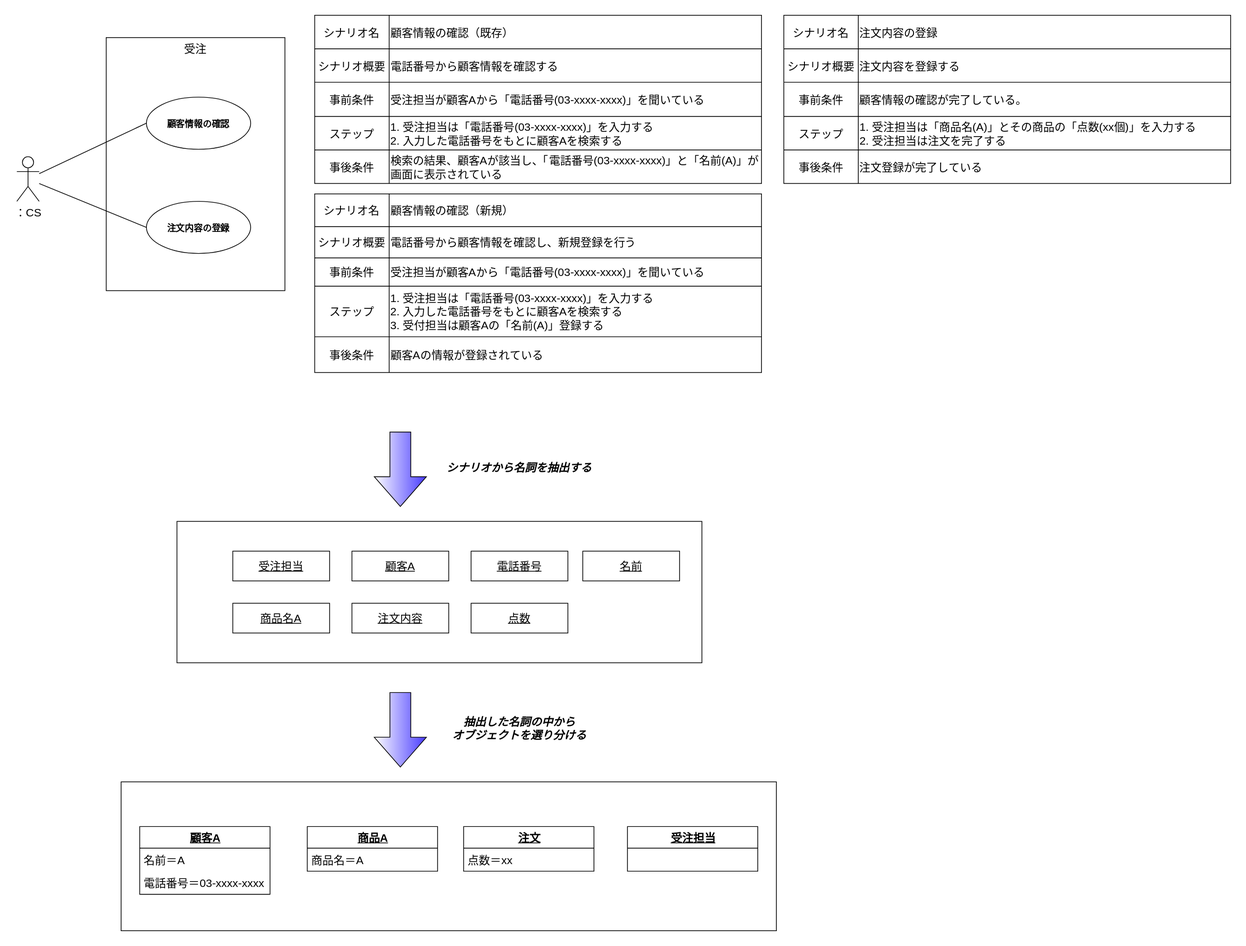
The draw.io diagram docs/分析・設計/ユースケース図.svg in pochon-tech-pro/total-practice, before a commit. Source tidied: cells renumbered, new cells last; positions are measured from the earlier drawing's top-left corner, leaving out a move shared by most shapes.
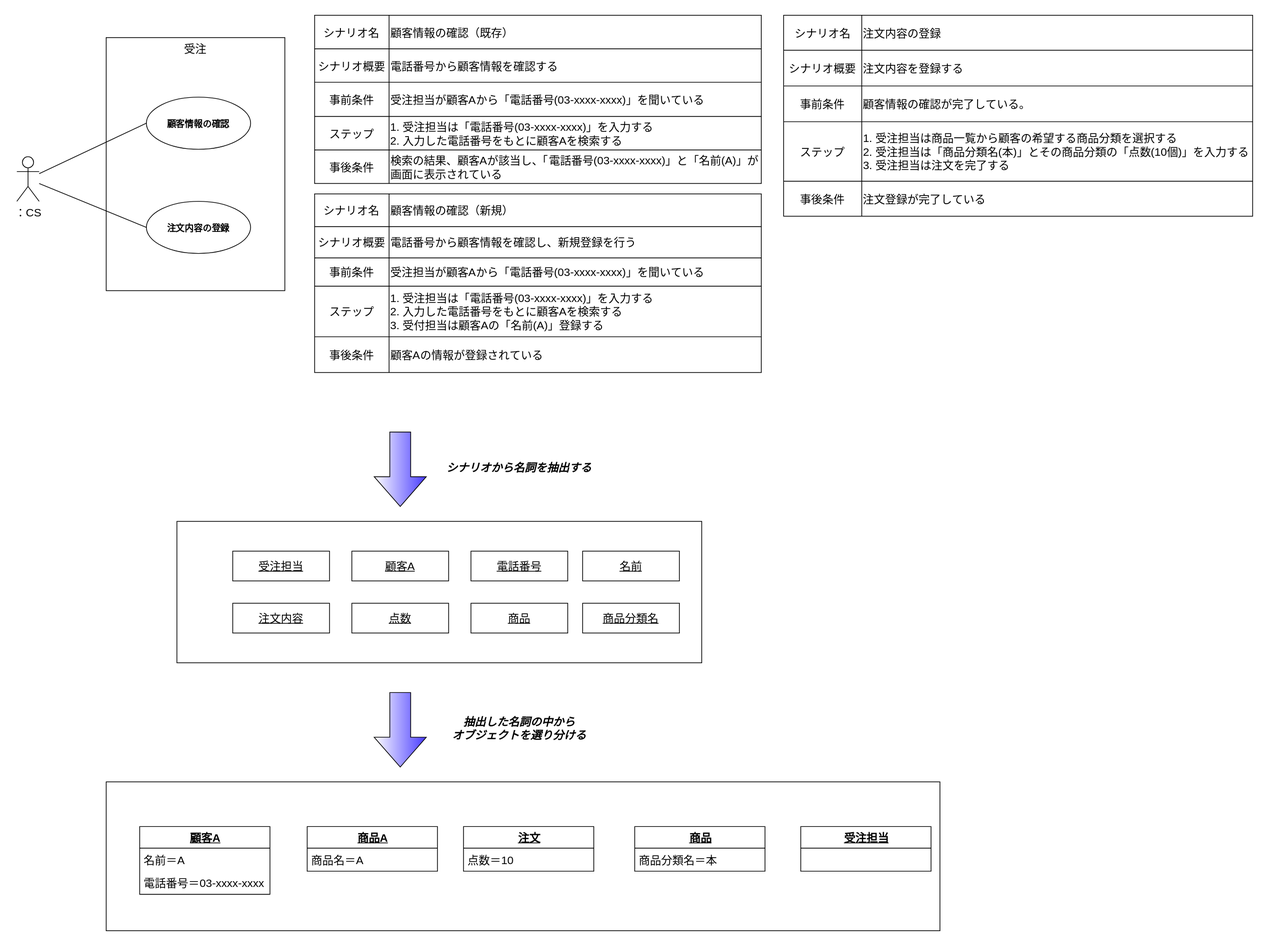
The same diagram one commit later.

Commit message:
feat: ユースケース修正

The edit, as a diff of the source:
```diff
@@ -6,7 +6,7 @@
       <mxGeometry x="120" y="30" width="240" height="340" as="geometry" />
     </mxCell>
     <mxCell id="3" style="rounded=0;whiteSpace=wrap;html=1;labelBackgroundColor=none;labelBorderColor=none;fontSize=15;fontColor=default;strokeColor=default;strokeWidth=1;fillColor=none;gradientColor=#ffffff;verticalAlign=top;" parent="1" vertex="1">
-      <mxGeometry x="140" y="1030" width="880" height="200" as="geometry" />
+      <mxGeometry x="120" y="1030" width="1120" height="200" as="geometry" />
     </mxCell>
     <mxCell id="4" style="rounded=0;whiteSpace=wrap;html=1;labelBackgroundColor=none;labelBorderColor=none;fontSize=15;fontColor=default;strokeColor=default;strokeWidth=1;fillColor=none;gradientColor=#ffffff;" parent="1" vertex="1">
       <mxGeometry x="215" y="680" width="705" height="190" as="geometry" />
@@ -156,58 +156,58 @@
       <mxGeometry x="100" width="500" height="48" as="geometry" />
     </mxCell>
     <mxCell id="53" style="shape=table;startSize=0;fontSize=15;fontColor=#000000;strokeColor=#000000;strokeWidth=1;fillColor=none;gradientColor=#ffffff;" parent="1" vertex="1">
-      <mxGeometry x="1030" width="600" height="226" as="geometry" />
+      <mxGeometry x="1030" width="630" height="270" as="geometry" />
     </mxCell>
     <mxCell id="54" style="shape=partialRectangle;fillColor=none;top=0;left=0;bottom=0;right=0;fontSize=15;fontColor=#000000;strokeColor=#000000;strokeWidth=1;" parent="53" vertex="1">
-      <mxGeometry width="600" height="45" as="geometry" />
+      <mxGeometry width="630" height="47" as="geometry" />
     </mxCell>
     <mxCell id="55" value="シナリオ名" style="shape=partialRectangle;html=1;whiteSpace=wrap;overflow=hidden;fillColor=none;top=0;left=0;bottom=0;right=0;fontSize=15;fontColor=#000000;strokeColor=#000000;strokeWidth=1;" parent="54" vertex="1">
-      <mxGeometry width="100" height="45" as="geometry" />
+      <mxGeometry width="105" height="47" as="geometry" />
     </mxCell>
     <mxCell id="56" value="注文内容の登録" style="shape=partialRectangle;html=1;whiteSpace=wrap;overflow=hidden;fillColor=none;top=0;left=0;bottom=0;right=0;fontSize=15;fontColor=#000000;strokeColor=#000000;strokeWidth=1;align=left;" parent="54" vertex="1">
-      <mxGeometry x="100" width="500" height="45" as="geometry" />
+      <mxGeometry x="105" width="525" height="47" as="geometry" />
     </mxCell>
     <mxCell id="57" style="shape=partialRectangle;fillColor=none;top=0;left=0;bottom=0;right=0;fontSize=15;fontColor=#000000;strokeColor=#000000;strokeWidth=1;" parent="53" vertex="1">
-      <mxGeometry y="45" width="600" height="45" as="geometry" />
+      <mxGeometry y="47" width="630" height="48" as="geometry" />
     </mxCell>
     <mxCell id="58" value="シナリオ概要" style="shape=partialRectangle;html=1;whiteSpace=wrap;overflow=hidden;fillColor=none;top=0;left=0;bottom=0;right=0;fontSize=15;fontColor=#000000;strokeColor=#000000;strokeWidth=1;" parent="57" vertex="1">
-      <mxGeometry width="100" height="45" as="geometry" />
+      <mxGeometry width="105" height="48" as="geometry" />
     </mxCell>
     <mxCell id="59" value="注文内容を登録する" style="shape=partialRectangle;html=1;whiteSpace=wrap;overflow=hidden;fillColor=none;top=0;left=0;bottom=0;right=0;fontSize=15;fontColor=#000000;strokeColor=#000000;strokeWidth=1;align=left;" parent="57" vertex="1">
-      <mxGeometry x="100" width="500" height="45" as="geometry" />
+      <mxGeometry x="105" width="525" height="48" as="geometry" />
     </mxCell>
     <mxCell id="60" style="shape=partialRectangle;fillColor=none;top=0;left=0;bottom=0;right=0;fontSize=15;fontColor=#000000;strokeColor=#000000;strokeWidth=1;" parent="53" vertex="1">
-      <mxGeometry y="90" width="600" height="46" as="geometry" />
+      <mxGeometry y="95" width="630" height="48" as="geometry" />
     </mxCell>
     <mxCell id="61" value="事前条件" style="shape=partialRectangle;html=1;whiteSpace=wrap;overflow=hidden;fillColor=none;top=0;left=0;bottom=0;right=0;fontSize=15;fontColor=#000000;strokeColor=#000000;strokeWidth=1;" parent="60" vertex="1">
-      <mxGeometry width="100" height="46" as="geometry" />
+      <mxGeometry width="105" height="48" as="geometry" />
     </mxCell>
     <mxCell id="62" value="顧客情報の確認が完了している。" style="shape=partialRectangle;html=1;whiteSpace=wrap;overflow=hidden;fillColor=none;top=0;left=0;bottom=0;right=0;fontSize=15;fontColor=#000000;strokeColor=#000000;strokeWidth=1;align=left;" parent="60" vertex="1">
-      <mxGeometry x="100" width="500" height="46" as="geometry" />
+      <mxGeometry x="105" width="525" height="48" as="geometry" />
     </mxCell>
     <mxCell id="63" style="shape=partialRectangle;fillColor=none;top=0;left=0;bottom=0;right=0;fontSize=15;fontColor=#000000;strokeColor=#000000;strokeWidth=1;" parent="53" vertex="1">
-      <mxGeometry y="136" width="600" height="45" as="geometry" />
+      <mxGeometry y="143" width="630" height="80" as="geometry" />
     </mxCell>
     <mxCell id="64" value="ステップ" style="shape=partialRectangle;html=1;whiteSpace=wrap;overflow=hidden;fillColor=none;top=0;left=0;bottom=0;right=0;fontSize=15;fontColor=#000000;strokeColor=#000000;strokeWidth=1;" parent="63" vertex="1">
-      <mxGeometry width="100" height="45" as="geometry" />
+      <mxGeometry width="105" height="80" as="geometry" />
     </mxCell>
-    <mxCell id="65" value="1. 受注担当は「商品名(A)」とその商品の「点数(xx個)」を入力する&lt;br&gt;2. 受注担当は注文を完了する" style="shape=partialRectangle;html=1;whiteSpace=wrap;overflow=hidden;fillColor=none;top=0;left=0;bottom=0;right=0;fontSize=15;fontColor=#000000;strokeColor=#000000;strokeWidth=1;align=left;" parent="63" vertex="1">
-      <mxGeometry x="100" width="500" height="45" as="geometry" />
+    <mxCell id="65" value="1. 受注担当は商品一覧から顧客の希望する商品分類を選択する&lt;br&gt;2. 受注担当は「商品分類名(本)」とその商品分類の「点数(10個)」を入力する&lt;br&gt;3. 受注担当は注文を完了する" style="shape=partialRectangle;html=1;whiteSpace=wrap;overflow=hidden;fillColor=none;top=0;left=0;bottom=0;right=0;fontSize=15;fontColor=#000000;strokeColor=#000000;strokeWidth=1;align=left;" parent="63" vertex="1">
+      <mxGeometry x="105" width="525" height="80" as="geometry" />
     </mxCell>
     <mxCell id="66" style="shape=partialRectangle;fillColor=none;top=0;left=0;bottom=0;right=0;fontSize=15;fontColor=#000000;strokeColor=#000000;strokeWidth=1;" parent="53" vertex="1">
-      <mxGeometry y="181" width="600" height="45" as="geometry" />
+      <mxGeometry y="223" width="630" height="47" as="geometry" />
     </mxCell>
     <mxCell id="67" value="事後条件" style="shape=partialRectangle;html=1;whiteSpace=wrap;overflow=hidden;fillColor=none;top=0;left=0;bottom=0;right=0;fontSize=15;fontColor=#000000;strokeColor=#000000;strokeWidth=1;" parent="66" vertex="1">
-      <mxGeometry width="100" height="45" as="geometry" />
+      <mxGeometry width="105" height="47" as="geometry" />
     </mxCell>
     <mxCell id="68" value="注文登録が完了している" style="shape=partialRectangle;html=1;whiteSpace=wrap;overflow=hidden;fillColor=none;top=0;left=0;bottom=0;right=0;fontSize=15;fontColor=#000000;strokeColor=#000000;strokeWidth=1;align=left;" parent="66" vertex="1">
-      <mxGeometry x="100" width="500" height="45" as="geometry" />
+      <mxGeometry x="105" width="525" height="47" as="geometry" />
     </mxCell>
-    <mxCell id="69" value="商品名A" style="rounded=0;whiteSpace=wrap;html=1;labelBackgroundColor=none;fontSize=15;fontColor=default;strokeColor=default;strokeWidth=1;fillColor=none;gradientColor=#ffffff;labelBorderColor=none;fontStyle=4;" parent="1" vertex="1">
-      <mxGeometry x="290" y="790" width="130" height="40" as="geometry" />
+    <mxCell id="69" value="商品" style="rounded=0;whiteSpace=wrap;html=1;labelBackgroundColor=none;fontSize=15;fontColor=default;strokeColor=default;strokeWidth=1;fillColor=none;gradientColor=#ffffff;labelBorderColor=none;fontStyle=4;" parent="1" vertex="1">
+      <mxGeometry x="610" y="790" width="130" height="40" as="geometry" />
     </mxCell>
     <mxCell id="70" value="点数" style="rounded=0;whiteSpace=wrap;html=1;labelBackgroundColor=none;fontSize=15;fontColor=default;strokeColor=default;strokeWidth=1;fillColor=none;gradientColor=#ffffff;labelBorderColor=none;fontStyle=4;" parent="1" vertex="1">
-      <mxGeometry x="610" y="790" width="130" height="40" as="geometry" />
+      <mxGeometry x="450" y="790" width="130" height="40" as="geometry" />
     </mxCell>
     <mxCell id="71" value="&lt;u&gt;商品A&lt;/u&gt;" style="swimlane;fontStyle=1;align=center;verticalAlign=middle;horizontal=1;startSize=29;html=1;labelBackgroundColor=none;labelBorderColor=none;fontSize=15;fontColor=default;strokeColor=default;strokeWidth=1;fillColor=none;gradientColor=#ffffff;" parent="1" vertex="1">
       <mxGeometry x="390" y="1090" width="175" height="60" as="geometry" />
@@ -218,14 +218,23 @@
     <mxCell id="73" value="&lt;u&gt;注文&lt;/u&gt;" style="swimlane;fontStyle=1;align=center;verticalAlign=middle;horizontal=1;startSize=29;html=1;labelBackgroundColor=none;labelBorderColor=none;fontSize=15;fontColor=default;strokeColor=default;strokeWidth=1;fillColor=none;gradientColor=#ffffff;" parent="1" vertex="1">
       <mxGeometry x="600" y="1090" width="175" height="60" as="geometry" />
     </mxCell>
-    <mxCell id="74" value="点数＝xx" style="text;html=1;strokeColor=none;fillColor=none;align=left;verticalAlign=middle;spacingLeft=4;spacingRight=4;overflow=hidden;labelBackgroundColor=none;labelBorderColor=none;fontSize=15;fontColor=default;" parent="73" vertex="1">
+    <mxCell id="74" value="点数＝10" style="text;html=1;strokeColor=none;fillColor=none;align=left;verticalAlign=middle;spacingLeft=4;spacingRight=4;overflow=hidden;labelBackgroundColor=none;labelBorderColor=none;fontSize=15;fontColor=default;" parent="73" vertex="1">
       <mxGeometry y="29" width="175" height="31" as="geometry" />
     </mxCell>
     <mxCell id="75" value="&lt;u&gt;受注担当&lt;/u&gt;" style="swimlane;fontStyle=1;align=center;verticalAlign=middle;horizontal=1;startSize=29;html=1;labelBackgroundColor=none;labelBorderColor=none;fontSize=15;fontColor=default;strokeColor=default;strokeWidth=1;fillColor=none;gradientColor=#ffffff;" parent="1" vertex="1">
-      <mxGeometry x="820" y="1090" width="175" height="60" as="geometry" />
+      <mxGeometry x="1053" y="1090" width="175" height="60" as="geometry" />
     </mxCell>
     <mxCell id="76" value="注文内容" style="rounded=0;whiteSpace=wrap;html=1;labelBackgroundColor=none;fontSize=15;fontColor=default;strokeColor=default;strokeWidth=1;fillColor=none;gradientColor=#ffffff;labelBorderColor=none;fontStyle=4;" parent="1" vertex="1">
-      <mxGeometry x="450" y="790" width="130" height="40" as="geometry" />
+      <mxGeometry x="290" y="790" width="130" height="40" as="geometry" />
     </mxCell>
+    <mxCell id="77" value="商品分類名" style="rounded=0;whiteSpace=wrap;html=1;labelBackgroundColor=none;fontSize=15;fontColor=default;strokeColor=default;strokeWidth=1;fillColor=none;gradientColor=#ffffff;labelBorderColor=none;fontStyle=4;" parent="1" vertex="1">
+      <mxGeometry x="760" y="790" width="130" height="40" as="geometry" />
+    </mxCell>
+    <mxCell id="78" value="&lt;u&gt;商品&lt;/u&gt;" style="swimlane;fontStyle=1;align=center;verticalAlign=middle;horizontal=1;startSize=29;html=1;labelBackgroundColor=none;labelBorderColor=none;fontSize=15;fontColor=default;strokeColor=default;strokeWidth=1;fillColor=none;gradientColor=#ffffff;" parent="1" vertex="1">
+      <mxGeometry x="830" y="1090" width="175" height="60" as="geometry" />
+    </mxCell>
+    <mxCell id="79" value="商品分類名＝本" style="text;html=1;strokeColor=none;fillColor=none;align=left;verticalAlign=middle;spacingLeft=4;spacingRight=4;overflow=hidden;labelBackgroundColor=none;labelBorderColor=none;fontSize=15;fontColor=default;" parent="78" vertex="1">
+      <mxGeometry y="29" width="175" height="31" as="geometry" />
+    </mxCell>
   </root>
 </mxGraphModel>
```
